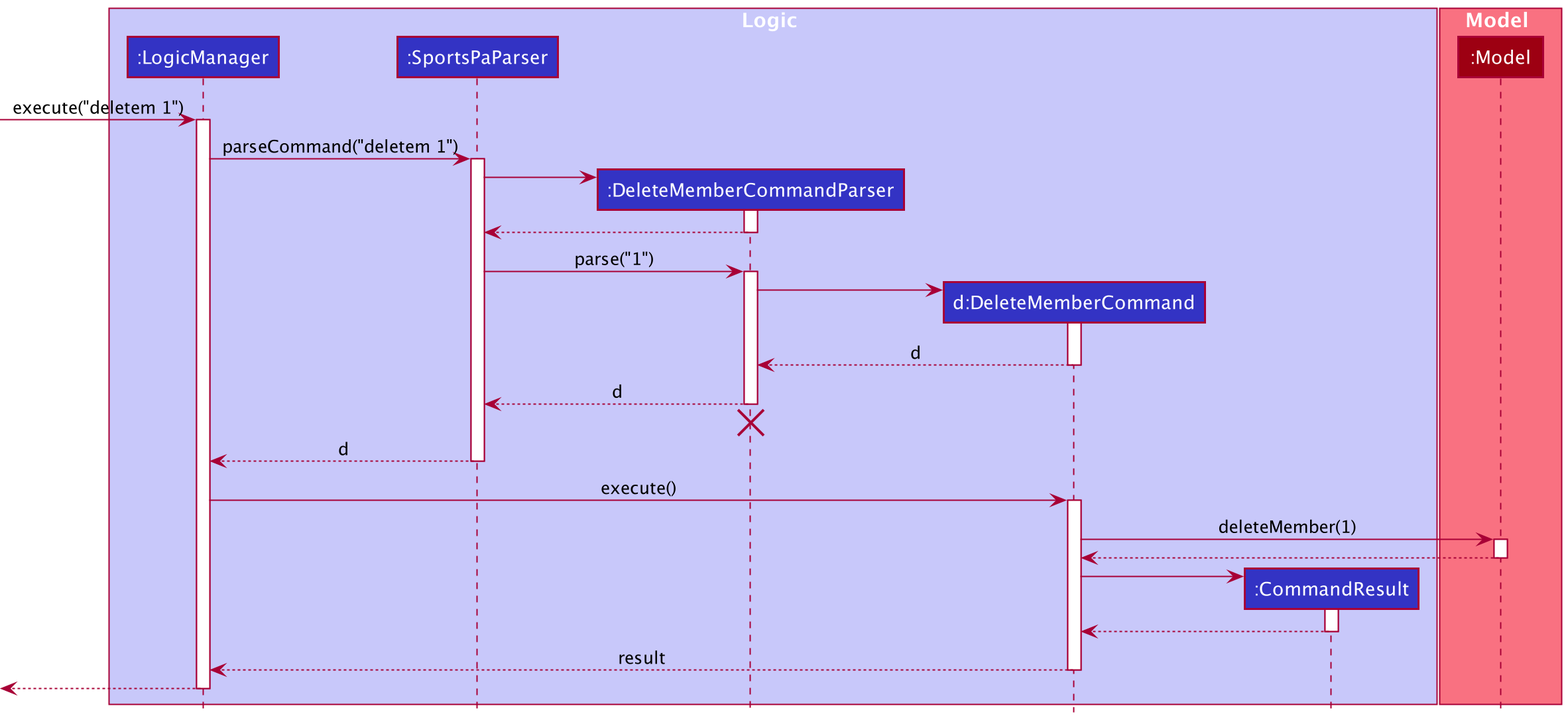
This is docs/images/DeleteSequenceDiagram.png from nus-cs2103-AY2122S1/tp, a PlantUML export, as it was before one commit. Its source is kept beside it as docs/diagrams/DeleteSequenceDiagram.puml.
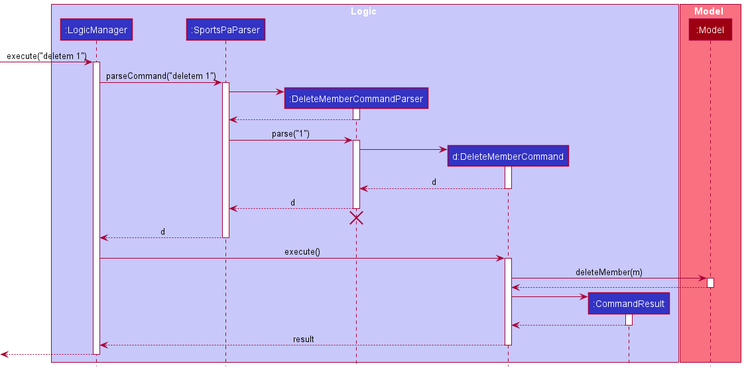
The same file after the commit.

Change to the diagram source:
```diff
@@ -47,7 +47,7 @@
 LogicManager -> DeleteCommand : execute()
 activate DeleteCommand
 
-DeleteCommand -> Model : deleteMember(1)
+DeleteCommand -> Model : deleteMember(m)
 activate Model
 
 Model --> DeleteCommand
```
